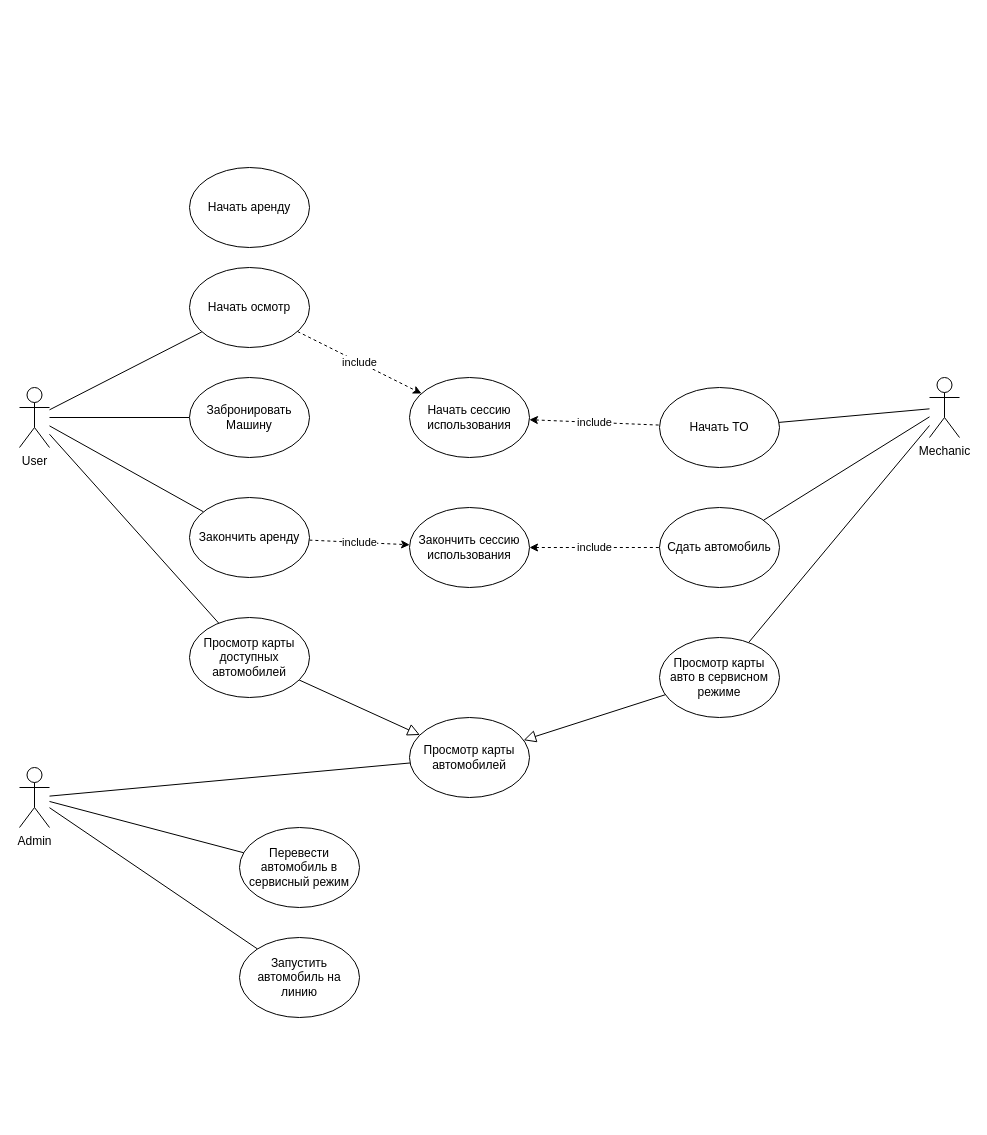
Before: use-cases.drawio in car-sharing-proto/mvp, a draw.io diagram. Source tidied: cells renumbered, new cells numbered last; positions are measured from the earlier drawing's top-left corner, leaving out a move shared by most shapes. Both pictures are drawn from the tidied source at 100%, with x=0, y=0 at pixel (19, 167).
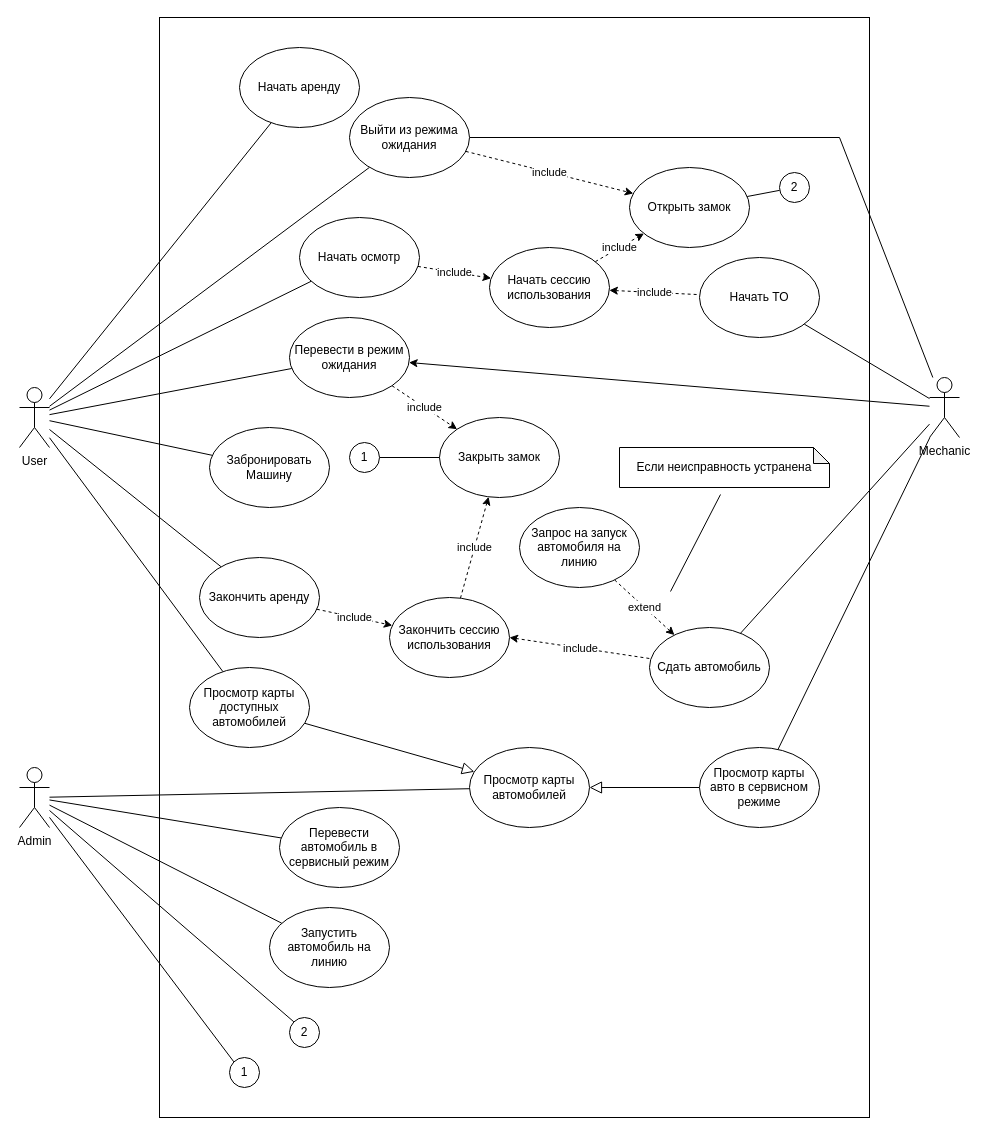
The same diagram, later.

Unchanged cells that the change refers to:
```xml
<mxCell id="6" value="User" style="shape=umlActor;verticalLabelPosition=bottom;verticalAlign=top;html=1;outlineConnect=0;" parent="1" vertex="1">
  <mxGeometry y="220" width="30" height="60" as="geometry" />
</mxCell>
<mxCell id="10" value="Admin" style="shape=umlActor;verticalLabelPosition=bottom;verticalAlign=top;html=1;outlineConnect=0;" parent="1" vertex="1">
  <mxGeometry y="600" width="30" height="60" as="geometry" />
</mxCell>
<mxCell id="11" value="Mechanic" style="shape=umlActor;verticalLabelPosition=bottom;verticalAlign=top;html=1;outlineConnect=0;" parent="1" vertex="1">
  <mxGeometry x="910" y="210" width="30" height="60" as="geometry" />
</mxCell>
```

Change to the diagram source:
```diff
@@
+    <mxCell id="34" style="rounded=0;whiteSpace=wrap;html=1;fillColor=none;" parent="1" vertex="1">
+      <mxGeometry x="140" y="-150" width="710" height="1100" as="geometry" />
+    </mxCell>
@@
+    <mxCell id="35" style="rounded=0;jettySize=auto;html=1;endArrow=none;endFill=0;" parent="1" edge="1" source="6" target="33">
+      <mxGeometry relative="1" as="geometry" />
+    </mxCell>
+    <mxCell id="36" style="rounded=0;jettySize=auto;html=1;endArrow=none;endFill=0;" parent="1" edge="1" source="6" target="48">
+      <mxGeometry relative="1" as="geometry" />
+    </mxCell>
+    <mxCell id="37" style="rounded=0;jettySize=auto;html=1;endArrow=none;endFill=0;" parent="1" edge="1" source="6" target="46">
+      <mxGeometry relative="1" as="geometry" />
+    </mxCell>
@@
+    <mxCell id="38" style="rounded=0;jettySize=auto;html=1;entryX=0;entryY=0;entryDx=0;entryDy=0;endArrow=none;endFill=0;" parent="1" edge="1" source="10" target="53">
+      <mxGeometry relative="1" as="geometry" />
+    </mxCell>
+    <mxCell id="39" style="rounded=0;jettySize=auto;html=1;entryX=0;entryY=0;entryDx=0;entryDy=0;endArrow=none;endFill=0;" parent="1" edge="1" source="10" target="54">
+      <mxGeometry relative="1" as="geometry" />
+    </mxCell>
@@
+    <mxCell id="40" style="rounded=0;jettySize=auto;html=1;" parent="1" edge="1" source="11" target="46">
+      <mxGeometry relative="1" as="geometry" />
+    </mxCell>
+    <mxCell id="41" style="rounded=0;jettySize=auto;html=1;endArrow=none;endFill=0;" parent="1" edge="1" source="11" target="48">
+      <mxGeometry relative="1" as="geometry">
+        <Array as="points">
+          <mxPoint x="820" y="-30" />
+        </Array>
+      </mxGeometry>
+    </mxCell>
@@
     <mxCell id="13" value="Забронировать&lt;br&gt;Машину" style="ellipse;whiteSpace=wrap;html=1;" parent="1" vertex="1">
-      <mxGeometry x="170" y="210" width="120" height="80" as="geometry" />
+      <mxGeometry x="190" y="260" width="120" height="80" as="geometry" />
     </mxCell>
@@
+    <mxCell id="42" value="include" style="rounded=0;jettySize=auto;html=1;dashed=1;" parent="1" edge="1" source="19" target="50">
+      <mxGeometry relative="1" as="geometry" />
+    </mxCell>
     <mxCell id="15" value="Закончить аренду" style="ellipse;whiteSpace=wrap;html=1;" parent="1" vertex="1">
-      <mxGeometry x="170" y="330" width="120" height="80" as="geometry" />
+      <mxGeometry x="180" y="390" width="120" height="80" as="geometry" />
     </mxCell>
@@
+    <mxCell id="43" value="include" style="rounded=0;jettySize=auto;html=1;dashed=1;" parent="1" edge="1" source="17" target="49">
+      <mxGeometry relative="1" as="geometry" />
+    </mxCell>
     <mxCell id="17" value="Начать сессию использования" style="ellipse;whiteSpace=wrap;html=1;" parent="1" vertex="1">
-      <mxGeometry x="390" y="210" width="120" height="80" as="geometry" />
+      <mxGeometry x="470" y="80" width="120" height="80" as="geometry" />
     </mxCell>
@@
     <mxCell id="19" value="Закончить сессию использования" style="ellipse;whiteSpace=wrap;html=1;" parent="1" vertex="1">
-      <mxGeometry x="390" y="340" width="120" height="80" as="geometry" />
+      <mxGeometry x="370" y="430" width="120" height="80" as="geometry" />
     </mxCell>
@@
     <mxCell id="21" value="Начать ТО" style="ellipse;whiteSpace=wrap;html=1;" parent="1" vertex="1">
-      <mxGeometry x="640" y="220" width="120" height="80" as="geometry" />
+      <mxGeometry x="680" y="90" width="120" height="80" as="geometry" />
     </mxCell>
@@
+    <mxCell id="44" value="extend" style="rounded=0;jettySize=auto;html=1;endArrow=none;endFill=0;startArrow=classic;startFill=1;dashed=1;" parent="1" edge="1" source="23" target="57">
+      <mxGeometry relative="1" as="geometry" />
+    </mxCell>
     <mxCell id="23" value="Сдать автомобиль" style="ellipse;whiteSpace=wrap;html=1;" parent="1" vertex="1">
-      <mxGeometry x="640" y="340" width="120" height="80" as="geometry" />
+      <mxGeometry x="630" y="460" width="120" height="80" as="geometry" />
     </mxCell>
     <mxCell id="24" value="Просмотр карты автомобилей" style="ellipse;whiteSpace=wrap;html=1;" parent="1" vertex="1">
-      <mxGeometry x="390" y="550" width="120" height="80" as="geometry" />
+      <mxGeometry x="450" y="580" width="120" height="80" as="geometry" />
     </mxCell>
@@
     <mxCell id="27" value="Просмотр карты авто в сервисном режиме" style="ellipse;whiteSpace=wrap;html=1;" parent="1" vertex="1">
-      <mxGeometry x="640" y="470" width="120" height="80" as="geometry" />
+      <mxGeometry x="680" y="580" width="120" height="80" as="geometry" />
     </mxCell>
@@
     <mxCell id="29" value="Просмотр карты доступных автомобилей" style="ellipse;whiteSpace=wrap;html=1;" parent="1" vertex="1">
-      <mxGeometry x="170" y="450" width="120" height="80" as="geometry" />
+      <mxGeometry x="170" y="500" width="120" height="80" as="geometry" />
     </mxCell>
     <mxCell id="30" value="Перевести автомобиль в сервисный режим" style="ellipse;whiteSpace=wrap;html=1;" parent="1" vertex="1">
-      <mxGeometry x="220" y="660" width="120" height="80" as="geometry" />
+      <mxGeometry x="260" y="640" width="120" height="80" as="geometry" />
     </mxCell>
     <mxCell id="31" value="Запустить автомобиль на линию" style="ellipse;whiteSpace=wrap;html=1;" parent="1" vertex="1">
-      <mxGeometry x="220" y="770" width="120" height="80" as="geometry" />
+      <mxGeometry x="250" y="740" width="120" height="80" as="geometry" />
     </mxCell>
     <mxCell id="32" value="Начать осмотр" style="ellipse;whiteSpace=wrap;html=1;" parent="1" vertex="1">
-      <mxGeometry x="170" y="100" width="120" height="80" as="geometry" />
+      <mxGeometry x="280" y="50" width="120" height="80" as="geometry" />
     </mxCell>
     <mxCell id="33" value="Начать аренду" style="ellipse;whiteSpace=wrap;html=1;" parent="1" vertex="1">
-      <mxGeometry x="170" width="120" height="80" as="geometry" />
+      <mxGeometry x="220" y="-120" width="120" height="80" as="geometry" />
     </mxCell>
+    <mxCell id="45" value="include" style="rounded=0;jettySize=auto;html=1;dashed=1;" parent="1" edge="1" source="46" target="50">
+      <mxGeometry relative="1" as="geometry" />
+    </mxCell>
+    <mxCell id="46" value="Перевести в режим ожидания" style="ellipse;whiteSpace=wrap;html=1;" parent="1" vertex="1">
+      <mxGeometry x="270" y="150" width="120" height="80" as="geometry" />
+    </mxCell>
+    <mxCell id="47" value="include" style="rounded=0;jettySize=auto;html=1;dashed=1;" parent="1" edge="1" source="48" target="49">
+      <mxGeometry relative="1" as="geometry" />
+    </mxCell>
+    <mxCell id="48" value="Выйти из режима ожидания" style="ellipse;whiteSpace=wrap;html=1;" parent="1" vertex="1">
+      <mxGeometry x="330" y="-70" width="120" height="80" as="geometry" />
+    </mxCell>
+    <mxCell id="49" value="Открыть замок" style="ellipse;whiteSpace=wrap;html=1;" parent="1" vertex="1">
+      <mxGeometry x="610" width="120" height="80" as="geometry" />
+    </mxCell>
+    <mxCell id="50" value="Закрыть замок" style="ellipse;whiteSpace=wrap;html=1;" parent="1" vertex="1">
+      <mxGeometry x="420" y="250" width="120" height="80" as="geometry" />
+    </mxCell>
+    <mxCell id="51" style="rounded=0;jettySize=auto;html=1;endArrow=none;endFill=0;" parent="1" edge="1" source="52" target="50">
+      <mxGeometry relative="1" as="geometry" />
+    </mxCell>
+    <mxCell id="52" value="1" style="ellipse;whiteSpace=wrap;html=1;" parent="1" vertex="1">
+      <mxGeometry x="330" y="275" width="30" height="30" as="geometry" />
+    </mxCell>
+    <mxCell id="53" value="1" style="ellipse;whiteSpace=wrap;html=1;" parent="1" vertex="1">
+      <mxGeometry x="210" y="890" width="30" height="30" as="geometry" />
+    </mxCell>
+    <mxCell id="54" value="2" style="ellipse;whiteSpace=wrap;html=1;" parent="1" vertex="1">
+      <mxGeometry x="270" y="850" width="30" height="30" as="geometry" />
+    </mxCell>
+    <mxCell id="55" style="rounded=0;jettySize=auto;html=1;endArrow=none;endFill=0;" parent="1" edge="1" source="56" target="49">
+      <mxGeometry relative="1" as="geometry" />
+    </mxCell>
+    <mxCell id="56" value="2" style="ellipse;whiteSpace=wrap;html=1;" parent="1" vertex="1">
+      <mxGeometry x="760" y="5" width="30" height="30" as="geometry" />
+    </mxCell>
+    <mxCell id="57" value="Запрос на запуск автомобиля на линию" style="ellipse;whiteSpace=wrap;html=1;" parent="1" vertex="1">
+      <mxGeometry x="500" y="340" width="120" height="80" as="geometry" />
+    </mxCell>
+    <mxCell id="58" value="Если неисправность устранена" style="shape=note;whiteSpace=wrap;html=1;backgroundOutline=1;darkOpacity=0.05;size=16;" parent="1" vertex="1">
+      <mxGeometry x="600" y="280" width="210" height="40" as="geometry" />
+    </mxCell>
+    <mxCell id="59" style="endArrow=none;html=1;rounded=0;" parent="1" edge="1">
+      <mxGeometry relative="1" as="geometry">
+        <mxPoint x="651" y="424" as="sourcePoint" />
+        <mxPoint x="701" y="327" as="targetPoint" />
+      </mxGeometry>
+    </mxCell>
```
